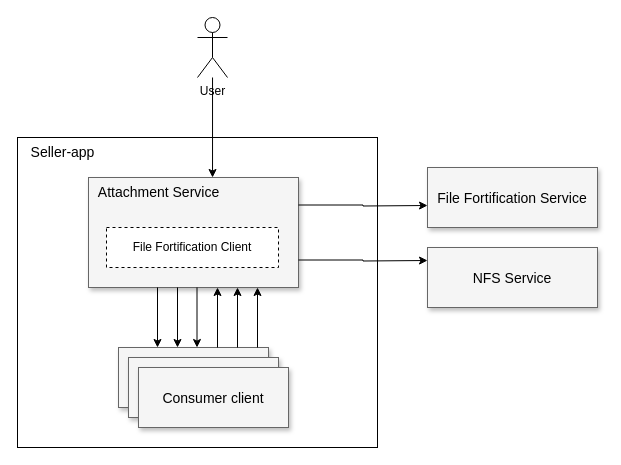
This is attachment-service-block.drawio from huangshijie/Drawio, a draw.io file, before an edit. Source tidied: cells renumbered, new cells numbered last; positions are measured from the earlier drawing's top-left corner, leaving out a move shared by most shapes. Both pictures are drawn from the tidied source at 100%, with x=0, y=0 at pixel (17, 17).
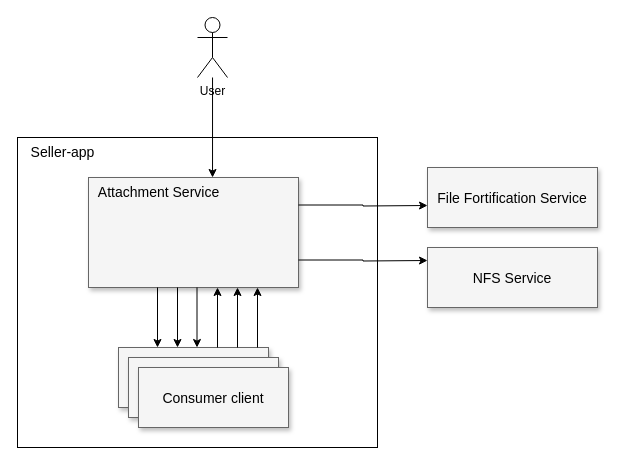
Above is the later version.

Unchanged cells that the change refers to:
```xml
<mxCell id="6" style="group;" parent="2" vertex="1">
  <mxGeometry x="71" y="160" width="218" height="110" as="geometry" />
</mxCell>
```

The edit, as a diff of the source:
```diff
@@
-    <mxCell id="9" value="File Fortification Client" style="rounded=0;whiteSpace=wrap;html=1;dashed=1;" parent="6" vertex="1">
-      <mxGeometry x="18" y="50" width="172" height="40" as="geometry" />
-    </mxCell>
```
